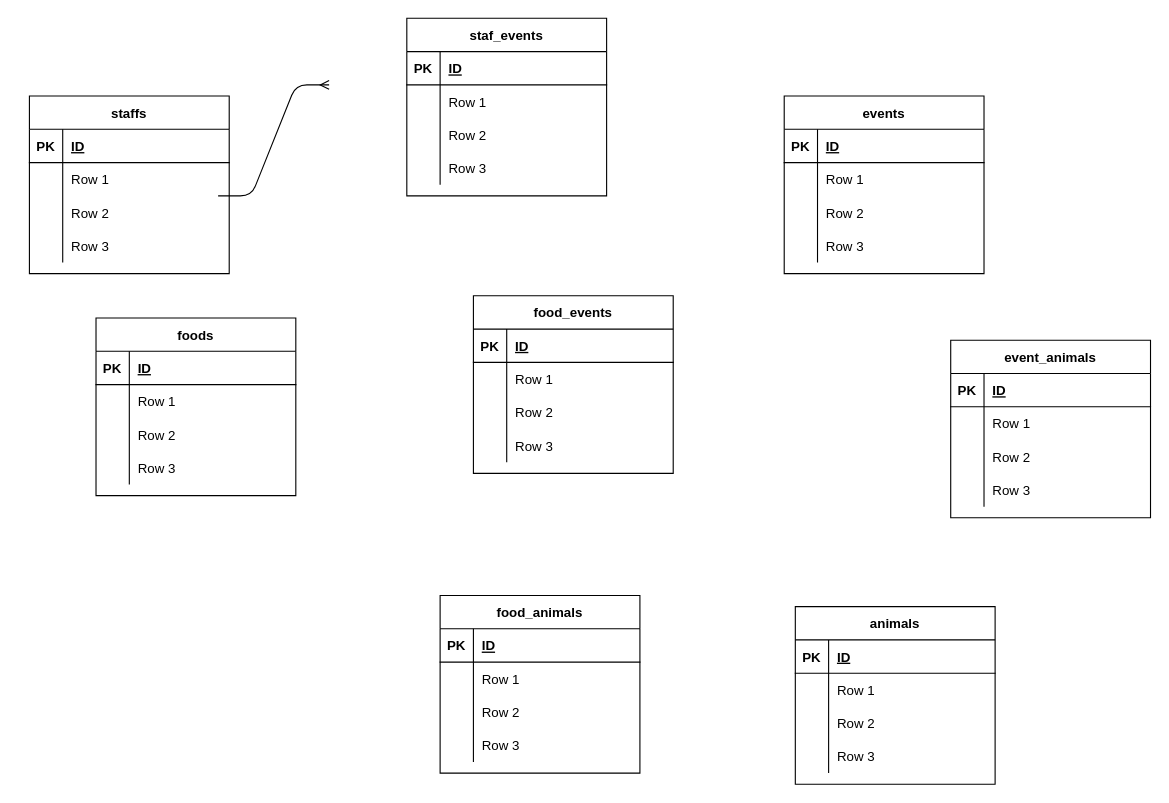
Taishikun0721/Rails_Sparta_TIL keeps this draw.io diagram as SQL/Untitled Diagram.drawio. Above is the earlier version. Source tidied: cells renumbered, new cells numbered last; positions are measured from the earlier drawing's top-left corner, leaving out a move shared by most shapes. Both pictures are drawn from the tidied source at 111%, with x=0, y=0 at pixel (29, 18).
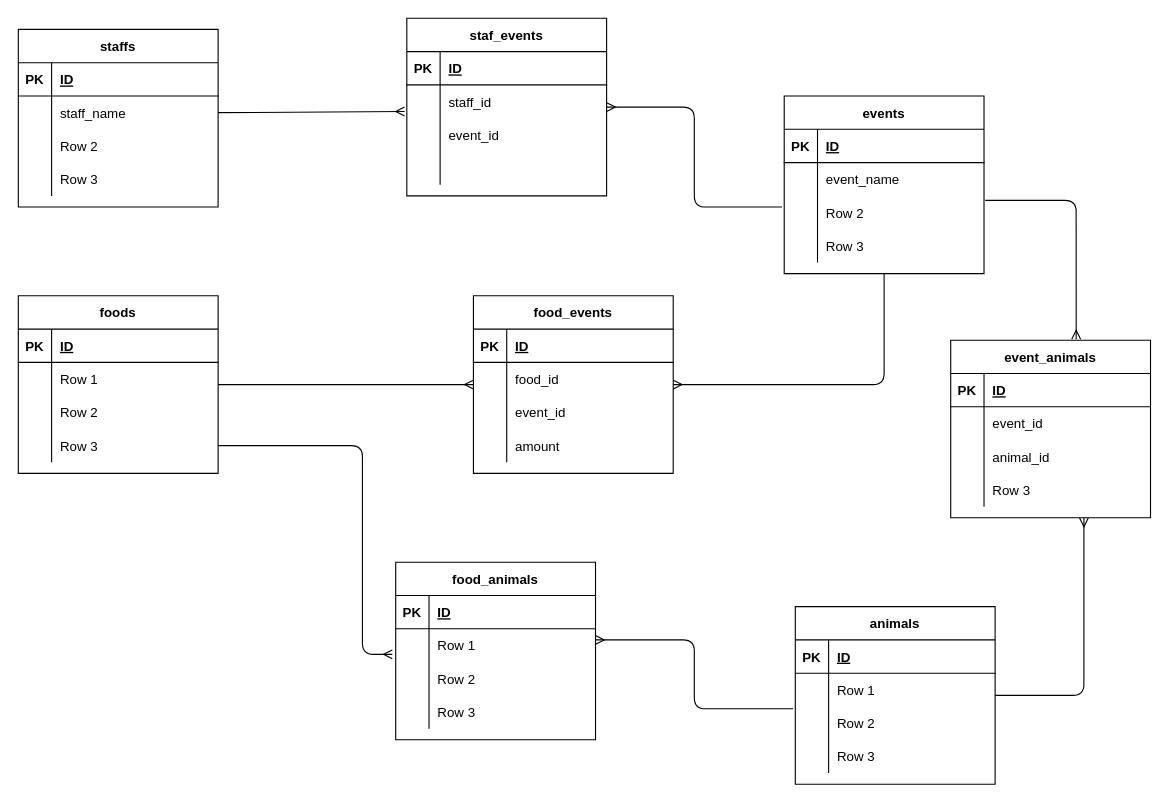
The same diagram, later.

Commit message:
関連（仮）を追加

Unchanged cells that the change refers to:
```xml
<mxCell id="6" style="shape=partialRectangle;fillColor=none;top=0;left=0;bottom=0;right=0;points=[[0,0.5],[1,0.5]];portConstraint=eastwest;" parent="2" vertex="1">
  <mxGeometry y="60" width="180" height="30" as="geometry" />
</mxCell>
<mxCell id="19" style="shape=partialRectangle;fillColor=none;top=0;left=0;bottom=0;right=0;points=[[0,0.5],[1,0.5]];portConstraint=eastwest;" parent="15" vertex="1">
  <mxGeometry y="60" width="180" height="30" as="geometry" />
</mxCell>
<mxCell id="22" style="shape=partialRectangle;fillColor=none;top=0;left=0;bottom=0;right=0;" parent="15" vertex="1">
  <mxGeometry y="90" width="180" height="30" as="geometry" />
</mxCell>
<mxCell id="25" style="shape=partialRectangle;fillColor=none;top=0;left=0;bottom=0;right=0;" parent="15" vertex="1">
  <mxGeometry y="120" width="180" height="30" as="geometry" />
</mxCell>
<mxCell id="28" value="events" style="shape=table;startSize=30;childLayout=tableLayout;rowLines=0;fontStyle=1;align=center;" parent="1" vertex="1">
  <mxGeometry x="680" y="70" width="180" height="160" as="geometry" />
</mxCell>
<mxCell id="32" style="shape=partialRectangle;fillColor=none;top=0;left=0;bottom=0;right=0;points=[[0,0.5],[1,0.5]];portConstraint=eastwest;" parent="28" vertex="1">
  <mxGeometry y="60" width="180" height="30" as="geometry" />
</mxCell>
<mxCell id="41" value="event_animals" style="shape=table;startSize=30;childLayout=tableLayout;rowLines=0;fontStyle=1;align=center;" parent="1" vertex="1">
  <mxGeometry x="830" y="290" width="180" height="160" as="geometry" />
</mxCell>
<mxCell id="45" style="shape=partialRectangle;fillColor=none;top=0;left=0;bottom=0;right=0;" parent="41" vertex="1">
  <mxGeometry y="60" width="180" height="30" as="geometry" />
</mxCell>
<mxCell id="48" style="shape=partialRectangle;fillColor=none;top=0;left=0;bottom=0;right=0;" parent="41" vertex="1">
  <mxGeometry y="90" width="180" height="30" as="geometry" />
</mxCell>
<mxCell id="64" style="shape=partialRectangle;fillColor=none;top=0;left=0;bottom=0;right=0;points=[[0,0.5],[1,0.5]];portConstraint=eastwest;" parent="54" vertex="1">
  <mxGeometry y="120" width="180" height="30" as="geometry" />
</mxCell>
<mxCell id="74" style="shape=partialRectangle;fillColor=none;top=0;left=0;bottom=0;right=0;points=[[0,0.5],[1,0.5]];portConstraint=eastwest;" parent="67" vertex="1">
  <mxGeometry y="90" width="180" height="30" as="geometry" />
</mxCell>
<mxCell id="84" style="shape=partialRectangle;fillColor=none;top=0;left=0;bottom=0;right=0;" parent="80" vertex="1">
  <mxGeometry y="60" width="180" height="30" as="geometry" />
</mxCell>
<mxCell id="87" style="shape=partialRectangle;fillColor=none;top=0;left=0;bottom=0;right=0;" parent="80" vertex="1">
  <mxGeometry y="90" width="180" height="30" as="geometry" />
</mxCell>
<mxCell id="90" style="shape=partialRectangle;fillColor=none;top=0;left=0;bottom=0;right=0;" parent="80" vertex="1">
  <mxGeometry y="120" width="180" height="30" as="geometry" />
</mxCell>
<mxCell id="97" style="shape=partialRectangle;fillColor=none;top=0;left=0;bottom=0;right=0;points=[[0,0.5],[1,0.5]];portConstraint=eastwest;" parent="93" vertex="1">
  <mxGeometry y="60" width="180" height="30" as="geometry" />
</mxCell>
```

The edit, as a diff of the source:
```diff
@@
+    <mxCell id="107" style="fontSize=12;html=1;endArrow=ERmany;edgeStyle=elbowEdgeStyle;" parent="1" edge="1">
+      <mxGeometry relative="1" as="geometry">
+        <mxPoint x="678" y="170" as="sourcePoint" />
+        <mxPoint x="520" y="80" as="targetPoint" />
+      </mxGeometry>
+    </mxCell>
     <mxCell id="2" value="staffs" style="shape=table;startSize=30;childLayout=tableLayout;rowLines=0;fontStyle=1;align=center;" parent="1" vertex="1">
-      <mxGeometry y="70" width="180" height="160" as="geometry" />
+      <mxGeometry x="-10" y="10" width="180" height="160" as="geometry" />
     </mxCell>
@@
-    <mxCell id="8" value="Row 1" style="shape=partialRectangle;fillColor=none;top=0;left=0;bottom=0;right=0;align=left;spacingLeft=6;overflow=hidden;" parent="6" vertex="1">
+    <mxCell id="8" value="staff_name" style="shape=partialRectangle;fillColor=none;top=0;left=0;bottom=0;right=0;align=left;spacingLeft=6;overflow=hidden;" parent="6" vertex="1">
       <mxGeometry x="30" width="150" height="30" as="geometry" />
     </mxCell>
@@
-    <mxCell id="21" value="Row 1" style="shape=partialRectangle;fillColor=none;top=0;left=0;bottom=0;right=0;align=left;spacingLeft=6;overflow=hidden;" parent="19" vertex="1">
+    <mxCell id="21" value="staff_id" style="shape=partialRectangle;fillColor=none;top=0;left=0;bottom=0;right=0;align=left;spacingLeft=6;overflow=hidden;" parent="19" vertex="1">
       <mxGeometry x="30" width="150" height="30" as="geometry" />
     </mxCell>
@@
-    <mxCell id="24" value="Row 2" style="shape=partialRectangle;fillColor=none;top=0;left=0;bottom=0;right=0;align=left;spacingLeft=6;overflow=hidden;" parent="22" vertex="1">
+    <mxCell id="24" value="event_id" style="shape=partialRectangle;fillColor=none;top=0;left=0;bottom=0;right=0;align=left;spacingLeft=6;overflow=hidden;" parent="22" vertex="1">
       <mxGeometry x="30" width="150" height="30" as="geometry" />
     </mxCell>
@@
-    <mxCell id="27" value="Row 3" style="shape=partialRectangle;fillColor=none;top=0;left=0;bottom=0;right=0;align=left;spacingLeft=6;overflow=hidden;" parent="25" vertex="1">
+    <mxCell id="27" style="shape=partialRectangle;fillColor=none;top=0;left=0;bottom=0;right=0;align=left;spacingLeft=6;overflow=hidden;" parent="25" vertex="1">
       <mxGeometry x="30" width="150" height="30" as="geometry" />
     </mxCell>
@@
-    <mxCell id="34" value="Row 1" style="shape=partialRectangle;fillColor=none;top=0;left=0;bottom=0;right=0;align=left;spacingLeft=6;overflow=hidden;" parent="32" vertex="1">
+    <mxCell id="34" value="event_name" style="shape=partialRectangle;fillColor=none;top=0;left=0;bottom=0;right=0;align=left;spacingLeft=6;overflow=hidden;" parent="32" vertex="1">
       <mxGeometry x="30" width="150" height="30" as="geometry" />
     </mxCell>
@@
-    <mxCell id="47" value="Row 1" style="shape=partialRectangle;fillColor=none;top=0;left=0;bottom=0;right=0;align=left;spacingLeft=6;overflow=hidden;" parent="45" vertex="1">
+    <mxCell id="47" value="event_id" style="shape=partialRectangle;fillColor=none;top=0;left=0;bottom=0;right=0;align=left;spacingLeft=6;overflow=hidden;" parent="45" vertex="1">
       <mxGeometry x="30" width="150" height="30" as="geometry" />
     </mxCell>
@@
-    <mxCell id="50" value="Row 2" style="shape=partialRectangle;fillColor=none;top=0;left=0;bottom=0;right=0;align=left;spacingLeft=6;overflow=hidden;" parent="48" vertex="1">
+    <mxCell id="50" value="animal_id" style="shape=partialRectangle;fillColor=none;top=0;left=0;bottom=0;right=0;align=left;spacingLeft=6;overflow=hidden;" parent="48" vertex="1">
       <mxGeometry x="30" width="150" height="30" as="geometry" />
     </mxCell>
@@
     <mxCell id="54" value="foods" style="shape=table;startSize=30;childLayout=tableLayout;rowLines=0;fontStyle=1;align=center;" parent="1" vertex="1">
-      <mxGeometry x="60" y="270" width="180" height="160" as="geometry" />
+      <mxGeometry x="-10" y="250" width="180" height="160" as="geometry" />
     </mxCell>
@@
-    <mxCell id="86" value="Row 1" style="shape=partialRectangle;fillColor=none;top=0;left=0;bottom=0;right=0;align=left;spacingLeft=6;overflow=hidden;" parent="84" vertex="1">
+    <mxCell id="86" value="food_id" style="shape=partialRectangle;fillColor=none;top=0;left=0;bottom=0;right=0;align=left;spacingLeft=6;overflow=hidden;" parent="84" vertex="1">
       <mxGeometry x="30" width="150" height="30" as="geometry" />
     </mxCell>
@@
-    <mxCell id="89" value="Row 2" style="shape=partialRectangle;fillColor=none;top=0;left=0;bottom=0;right=0;align=left;spacingLeft=6;overflow=hidden;" parent="87" vertex="1">
+    <mxCell id="89" value="event_id" style="shape=partialRectangle;fillColor=none;top=0;left=0;bottom=0;right=0;align=left;spacingLeft=6;overflow=hidden;" parent="87" vertex="1">
       <mxGeometry x="30" width="150" height="30" as="geometry" />
     </mxCell>
@@
-    <mxCell id="92" value="Row 3" style="shape=partialRectangle;fillColor=none;top=0;left=0;bottom=0;right=0;align=left;spacingLeft=6;overflow=hidden;" parent="90" vertex="1">
+    <mxCell id="92" value="amount" style="shape=partialRectangle;fillColor=none;top=0;left=0;bottom=0;right=0;align=left;spacingLeft=6;overflow=hidden;" parent="90" vertex="1">
       <mxGeometry x="30" width="150" height="30" as="geometry" />
     </mxCell>
     <mxCell id="93" value="food_animals" style="shape=table;startSize=30;childLayout=tableLayout;rowLines=0;fontStyle=1;align=center;" parent="1" vertex="1">
-      <mxGeometry x="370" y="520" width="180" height="160" as="geometry" />
+      <mxGeometry x="330" y="490" width="180" height="160" as="geometry" />
     </mxCell>
@@
+    <mxCell id="108" style="fontSize=12;html=1;endArrow=ERmany;exitX=0.5;exitY=1;exitDx=0;exitDy=0;edgeStyle=elbowEdgeStyle;" parent="1" edge="1" source="28">
+      <mxGeometry relative="1" as="geometry">
+        <mxPoint x="580" y="330" as="targetPoint" />
+        <Array as="points">
+          <mxPoint x="770" y="300" />
+          <mxPoint x="720" y="240" />
+        </Array>
+      </mxGeometry>
+    </mxCell>
+    <mxCell id="109" style="fontSize=12;html=1;endArrow=ERmany;entryX=0;entryY=0.5;entryDx=0;entryDy=0;" parent="1" edge="1">
+      <mxGeometry relative="1" as="geometry">
+        <mxPoint x="170" y="330" as="sourcePoint" />
+        <mxPoint x="400" y="330" as="targetPoint" />
+      </mxGeometry>
+    </mxCell>
+    <mxCell id="110" style="fontSize=12;html=1;endArrow=ERmany;entryX=-0.017;entryY=0.767;entryDx=0;entryDy=0;exitX=1;exitY=0.5;exitDx=0;exitDy=0;entryPerimeter=0;edgeStyle=elbowEdgeStyle;" parent="1" edge="1" source="64" target="97">
+      <mxGeometry relative="1" as="geometry">
+        <Array as="points">
+          <mxPoint x="300" y="410" />
+        </Array>
+      </mxGeometry>
+    </mxCell>
+    <mxCell id="111" style="fontSize=12;html=1;endArrow=ERmany;exitX=-0.011;exitY=0.067;exitDx=0;exitDy=0;exitPerimeter=0;edgeStyle=elbowEdgeStyle;" parent="1" edge="1" source="74">
+      <mxGeometry relative="1" as="geometry">
+        <mxPoint x="510" y="560" as="targetPoint" />
+      </mxGeometry>
+    </mxCell>
+    <mxCell id="112" style="fontSize=12;html=1;endArrow=ERmany;exitX=1.006;exitY=1.133;exitDx=0;exitDy=0;exitPerimeter=0;entryX=0.628;entryY=-0.006;entryDx=0;entryDy=0;entryPerimeter=0;edgeStyle=orthogonalEdgeStyle;" parent="1" edge="1" source="32" target="41">
+      <mxGeometry relative="1" as="geometry" />
+    </mxCell>
+    <mxCell id="113" style="fontSize=12;html=1;endArrow=ERmany;exitX=1.011;exitY=0.8;exitDx=0;exitDy=0;exitPerimeter=0;edgeStyle=elbowEdgeStyle;elbow=vertical;" parent="1" edge="1">
+      <mxGeometry relative="1" as="geometry">
+        <mxPoint x="870" y="610" as="sourcePoint" />
+        <mxPoint x="950" y="450" as="targetPoint" />
+        <Array as="points">
+          <mxPoint x="960" y="610" />
+        </Array>
+      </mxGeometry>
+    </mxCell>
-    <mxCell id="106" style="edgeStyle=entityRelationEdgeStyle;fontSize=12;html=1;endArrow=ERmany;" parent="1" edge="1">
-      <mxGeometry relative="1" as="geometry">
-        <mxPoint x="170" y="160" as="sourcePoint" />
-        <mxPoint x="270" y="60" as="targetPoint" />
-      </mxGeometry>
+    <mxCell id="106" style="fontSize=12;html=1;endArrow=ERmany;entryX=-0.011;entryY=0.8;entryDx=0;entryDy=0;entryPerimeter=0;exitX=1;exitY=0.5;exitDx=0;exitDy=0;" parent="1" edge="1" source="6" target="19">
+      <mxGeometry relative="1" as="geometry" />
     </mxCell>
```
